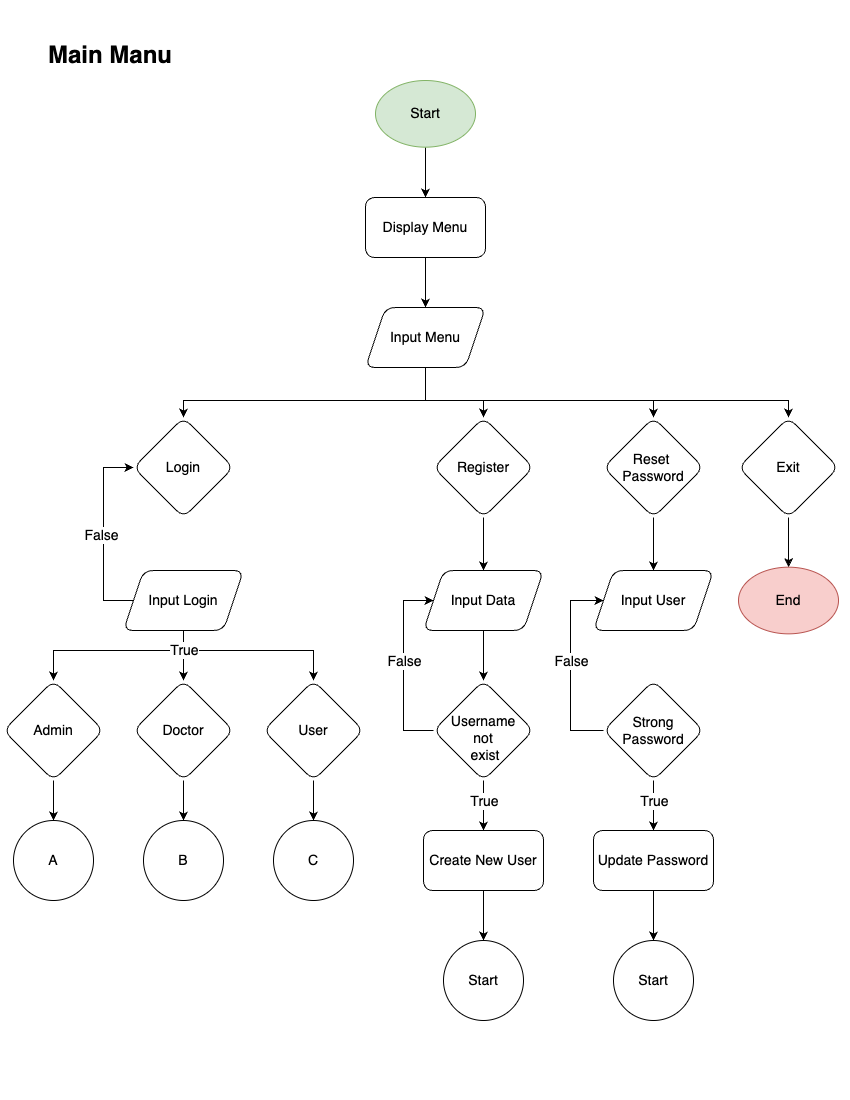
Earlier version of the draw.io export Flowchart/Main Menu.png (BrillianAK/Capstone-Project-1). Source tidied: cells renumbered, new cells last; positions are measured from the earlier drawing's top-left corner, leaving out a move shared by most shapes. Its diagram source:
```xml
<mxGraphModel>
  <root>
    <mxCell id="0" />
    <mxCell id="1" parent="0" />
    <mxCell id="2" style="edgeStyle=orthogonalEdgeStyle;rounded=0;jettySize=auto;html=1;entryX=0.5;entryY=0;entryDx=0;entryDy=0;" parent="1" edge="1" source="3" target="28">
      <mxGeometry relative="1" as="geometry" />
    </mxCell>
    <mxCell id="3" value="Start" style="ellipse;whiteSpace=wrap;html=1;fontSize=14;fillColor=#d5e8d4;strokeColor=#82b366;" parent="1" vertex="1">
      <mxGeometry x="372" y="40" width="100" height="66.7" as="geometry" />
    </mxCell>
    <mxCell id="4" value="Main Manu" style="text;html=1;align=center;verticalAlign=middle;whiteSpace=wrap;rounded=0;fontSize=24;fontStyle=1;" parent="1" vertex="1">
      <mxGeometry x="37" width="140" height="30" as="geometry" />
    </mxCell>
    <mxCell id="5" style="edgeStyle=orthogonalEdgeStyle;rounded=0;jettySize=auto;html=1;entryX=0.5;entryY=0;entryDx=0;entryDy=0;" parent="1" edge="1" source="9" target="10">
      <mxGeometry relative="1" as="geometry">
        <Array as="points">
          <mxPoint x="422" y="360" />
          <mxPoint x="180" y="360" />
        </Array>
      </mxGeometry>
    </mxCell>
    <mxCell id="6" style="edgeStyle=orthogonalEdgeStyle;rounded=0;jettySize=auto;html=1;" parent="1" edge="1" source="9" target="12">
      <mxGeometry relative="1" as="geometry">
        <Array as="points">
          <mxPoint x="422" y="360" />
          <mxPoint x="480" y="360" />
        </Array>
      </mxGeometry>
    </mxCell>
    <mxCell id="7" style="edgeStyle=orthogonalEdgeStyle;rounded=0;jettySize=auto;html=1;entryX=0.5;entryY=0;entryDx=0;entryDy=0;" parent="1" edge="1" source="9" target="14">
      <mxGeometry relative="1" as="geometry">
        <Array as="points">
          <mxPoint x="422" y="360" />
          <mxPoint x="650" y="360" />
        </Array>
      </mxGeometry>
    </mxCell>
    <mxCell id="8" style="edgeStyle=orthogonalEdgeStyle;rounded=0;jettySize=auto;html=1;" parent="1" edge="1" source="9" target="16">
      <mxGeometry relative="1" as="geometry">
        <Array as="points">
          <mxPoint x="422" y="360" />
          <mxPoint x="785" y="360" />
        </Array>
      </mxGeometry>
    </mxCell>
    <mxCell id="9" value="Input Menu" style="shape=parallelogram;perimeter=parallelogramPerimeter;whiteSpace=wrap;html=1;fixedSize=1;rotation=0;rounded=1;fontSize=14;" parent="1" vertex="1">
      <mxGeometry x="362" y="267" width="120" height="60" as="geometry" />
    </mxCell>
    <mxCell id="10" value="Login" style="rhombus;whiteSpace=wrap;html=1;rounded=1;fontSize=14;" parent="1" vertex="1">
      <mxGeometry x="130" y="377" width="100" height="100" as="geometry" />
    </mxCell>
    <mxCell id="11" style="edgeStyle=orthogonalEdgeStyle;rounded=0;jettySize=auto;html=1;entryX=0.5;entryY=0;entryDx=0;entryDy=0;" parent="1" edge="1" source="12" target="26">
      <mxGeometry relative="1" as="geometry" />
    </mxCell>
    <mxCell id="12" value="Register" style="rhombus;whiteSpace=wrap;html=1;rounded=1;fontSize=14;" parent="1" vertex="1">
      <mxGeometry x="430" y="377" width="100" height="100" as="geometry" />
    </mxCell>
    <mxCell id="13" style="edgeStyle=orthogonalEdgeStyle;rounded=0;jettySize=auto;html=1;" parent="1" edge="1" source="14" target="23">
      <mxGeometry relative="1" as="geometry" />
    </mxCell>
    <mxCell id="14" value="Reset&amp;nbsp;&lt;div style=&quot;font-size: 14px;&quot;&gt;Password&lt;/div&gt;" style="rhombus;whiteSpace=wrap;html=1;rounded=1;fontSize=14;" parent="1" vertex="1">
      <mxGeometry x="600" y="377" width="100" height="100" as="geometry" />
    </mxCell>
    <mxCell id="15" style="edgeStyle=orthogonalEdgeStyle;rounded=0;jettySize=auto;html=1;entryX=0.5;entryY=0;entryDx=0;entryDy=0;" parent="1" edge="1" source="16" target="40">
      <mxGeometry relative="1" as="geometry" />
    </mxCell>
    <mxCell id="16" value="Exit" style="rhombus;whiteSpace=wrap;html=1;rounded=1;fontSize=14;" parent="1" vertex="1">
      <mxGeometry x="735" y="377" width="100" height="100" as="geometry" />
    </mxCell>
    <mxCell id="17" style="edgeStyle=orthogonalEdgeStyle;rounded=0;jettySize=auto;html=1;" parent="1" edge="1" source="18" target="38">
      <mxGeometry relative="1" as="geometry" />
    </mxCell>
    <mxCell id="18" value="Update Password" style="rounded=1;whiteSpace=wrap;html=1;fontSize=14;" parent="1" vertex="1">
      <mxGeometry x="590" y="790" width="120" height="60" as="geometry" />
    </mxCell>
    <mxCell id="19" style="edgeStyle=orthogonalEdgeStyle;rounded=0;jettySize=auto;html=1;entryX=0.5;entryY=0;entryDx=0;entryDy=0;" parent="1" edge="1" source="20" target="39">
      <mxGeometry relative="1" as="geometry" />
    </mxCell>
    <mxCell id="20" value="Create New User" style="rounded=1;whiteSpace=wrap;html=1;fontSize=14;" parent="1" vertex="1">
      <mxGeometry x="420" y="790" width="120" height="60" as="geometry" />
    </mxCell>
    <mxCell id="21" style="edgeStyle=orthogonalEdgeStyle;rounded=0;jettySize=auto;html=1;entryX=0.5;entryY=0;entryDx=0;entryDy=0;" parent="1" edge="1" source="22" target="49">
      <mxGeometry relative="1" as="geometry" />
    </mxCell>
    <mxCell id="22" value="Doctor" style="rhombus;whiteSpace=wrap;html=1;rounded=1;fontSize=14;" parent="1" vertex="1">
      <mxGeometry x="130" y="640" width="100" height="100" as="geometry" />
    </mxCell>
    <mxCell id="23" value="Input User" style="shape=parallelogram;perimeter=parallelogramPerimeter;whiteSpace=wrap;html=1;fixedSize=1;rotation=0;rounded=1;fontSize=14;" parent="1" vertex="1">
      <mxGeometry x="590" y="530" width="120" height="60" as="geometry" />
    </mxCell>
    <mxCell id="24" style="edgeStyle=orthogonalEdgeStyle;rounded=0;orthogonalLoop=1;jettySize=auto;html=1;" parent="1" edge="1">
      <mxGeometry relative="1" as="geometry">
        <mxPoint x="480" y="703" as="sourcePoint" />
        <mxPoint x="480" y="733" as="targetPoint" />
      </mxGeometry>
    </mxCell>
    <mxCell id="25" style="edgeStyle=orthogonalEdgeStyle;rounded=0;jettySize=auto;html=1;" parent="1" edge="1" source="26" target="37">
      <mxGeometry relative="1" as="geometry" />
    </mxCell>
    <mxCell id="26" value="Input Data" style="shape=parallelogram;perimeter=parallelogramPerimeter;whiteSpace=wrap;html=1;fixedSize=1;rotation=0;rounded=1;fontSize=14;" parent="1" vertex="1">
      <mxGeometry x="420" y="530" width="120" height="60" as="geometry" />
    </mxCell>
    <mxCell id="27" style="edgeStyle=orthogonalEdgeStyle;rounded=0;jettySize=auto;html=1;entryX=0.5;entryY=0;entryDx=0;entryDy=0;" parent="1" edge="1" source="28" target="9">
      <mxGeometry relative="1" as="geometry" />
    </mxCell>
    <mxCell id="28" value="Display Menu" style="rounded=1;whiteSpace=wrap;html=1;fontSize=14;" parent="1" vertex="1">
      <mxGeometry x="362" y="157" width="120" height="60" as="geometry" />
    </mxCell>
    <mxCell id="29" style="edgeStyle=orthogonalEdgeStyle;rounded=0;jettySize=auto;html=1;entryX=0.5;entryY=0;entryDx=0;entryDy=0;" parent="1" edge="1" source="30" target="48">
      <mxGeometry relative="1" as="geometry" />
    </mxCell>
    <mxCell id="30" value="Admin" style="rhombus;whiteSpace=wrap;html=1;rounded=1;fontSize=14;" parent="1" vertex="1">
      <mxGeometry y="640" width="100" height="100" as="geometry" />
    </mxCell>
    <mxCell id="31" style="edgeStyle=orthogonalEdgeStyle;rounded=0;jettySize=auto;html=1;entryX=0.5;entryY=0;entryDx=0;entryDy=0;" parent="1" edge="1" source="32" target="50">
      <mxGeometry relative="1" as="geometry" />
    </mxCell>
    <mxCell id="32" value="User" style="rhombus;whiteSpace=wrap;html=1;rounded=1;fontSize=14;" parent="1" vertex="1">
      <mxGeometry x="260" y="640" width="100" height="100" as="geometry" />
    </mxCell>
    <mxCell id="33" style="edgeStyle=orthogonalEdgeStyle;rounded=0;jettySize=auto;html=1;" parent="1" edge="1" source="37" target="20">
      <mxGeometry relative="1" as="geometry" />
    </mxCell>
    <mxCell id="34" value="&lt;font style=&quot;font-size: 14px;&quot;&gt;True&lt;/font&gt;" style="edgeLabel;html=1;align=center;verticalAlign=middle;" parent="33" vertex="1">
      <mxGeometry x="0.21" relative="1" as="geometry">
        <mxPoint y="-10" as="offset" />
      </mxGeometry>
    </mxCell>
    <mxCell id="35" style="edgeStyle=orthogonalEdgeStyle;rounded=0;jettySize=auto;html=1;entryX=0;entryY=0.5;entryDx=0;entryDy=0;" parent="1" edge="1" source="37" target="26">
      <mxGeometry relative="1" as="geometry">
        <Array as="points">
          <mxPoint x="400" y="690" />
          <mxPoint x="400" y="560" />
        </Array>
      </mxGeometry>
    </mxCell>
    <mxCell id="36" value="&lt;font style=&quot;font-size: 14px;&quot;&gt;False&lt;/font&gt;" style="edgeLabel;html=1;align=center;verticalAlign=middle;" parent="35" vertex="1">
      <mxGeometry x="-0.21" y="3" relative="1" as="geometry">
        <mxPoint x="3" y="-24" as="offset" />
      </mxGeometry>
    </mxCell>
    <mxCell id="37" value="Username&amp;nbsp;&lt;div&gt;not&amp;nbsp;&lt;div&gt;exist&lt;/div&gt;&lt;/div&gt;" style="rhombus;whiteSpace=wrap;html=1;rounded=1;fontSize=14;verticalAlign=middle;spacingTop=15;spacingLeft=4;" parent="1" vertex="1">
      <mxGeometry x="430" y="640" width="100" height="100" as="geometry" />
    </mxCell>
    <mxCell id="38" value="Start" style="ellipse;whiteSpace=wrap;html=1;fontSize=14;" parent="1" vertex="1">
      <mxGeometry x="610" y="900" width="80" height="80" as="geometry" />
    </mxCell>
    <mxCell id="39" value="Start" style="ellipse;whiteSpace=wrap;html=1;fontSize=14;" parent="1" vertex="1">
      <mxGeometry x="440" y="900" width="80" height="80" as="geometry" />
    </mxCell>
    <mxCell id="40" value="End" style="ellipse;whiteSpace=wrap;html=1;fontSize=14;fillColor=#f8cecc;strokeColor=#b85450;" parent="1" vertex="1">
      <mxGeometry x="735" y="526.7" width="100" height="66.7" as="geometry" />
    </mxCell>
    <mxCell id="41" style="edgeStyle=orthogonalEdgeStyle;rounded=0;jettySize=auto;html=1;" parent="1" edge="1" source="47" target="22">
      <mxGeometry relative="1" as="geometry" />
    </mxCell>
    <mxCell id="42" style="edgeStyle=orthogonalEdgeStyle;rounded=0;jettySize=auto;html=1;entryX=0;entryY=0.5;entryDx=0;entryDy=0;" parent="1" edge="1" source="47" target="10">
      <mxGeometry relative="1" as="geometry">
        <Array as="points">
          <mxPoint x="100" y="560" />
          <mxPoint x="100" y="427" />
        </Array>
      </mxGeometry>
    </mxCell>
    <mxCell id="43" value="&lt;font style=&quot;font-size: 14px;&quot;&gt;False&lt;/font&gt;" style="edgeLabel;html=1;align=center;verticalAlign=middle;" parent="42" vertex="1">
      <mxGeometry x="-0.01" y="3" relative="1" as="geometry" />
    </mxCell>
    <mxCell id="44" style="edgeStyle=orthogonalEdgeStyle;rounded=0;jettySize=auto;html=1;entryX=0.5;entryY=0;entryDx=0;entryDy=0;" parent="1" edge="1" source="47" target="32">
      <mxGeometry relative="1" as="geometry">
        <Array as="points">
          <mxPoint x="180" y="610" />
          <mxPoint x="310" y="610" />
        </Array>
      </mxGeometry>
    </mxCell>
    <mxCell id="45" style="edgeStyle=orthogonalEdgeStyle;rounded=0;jettySize=auto;html=1;" parent="1" edge="1" source="47" target="30">
      <mxGeometry relative="1" as="geometry">
        <Array as="points">
          <mxPoint x="180" y="610" />
          <mxPoint x="50" y="610" />
        </Array>
      </mxGeometry>
    </mxCell>
    <mxCell id="46" value="True" style="edgeLabel;html=1;align=center;verticalAlign=middle;fontSize=14;" parent="45" vertex="1">
      <mxGeometry x="-0.84" y="1" relative="1" as="geometry">
        <mxPoint x="-1" y="5" as="offset" />
      </mxGeometry>
    </mxCell>
    <mxCell id="47" value="Input Login" style="shape=parallelogram;perimeter=parallelogramPerimeter;whiteSpace=wrap;html=1;fixedSize=1;rotation=0;rounded=1;fontSize=14;" parent="1" vertex="1">
      <mxGeometry x="120" y="530" width="120" height="60" as="geometry" />
    </mxCell>
    <mxCell id="48" value="A" style="ellipse;whiteSpace=wrap;html=1;fontSize=14;" parent="1" vertex="1">
      <mxGeometry x="10" y="780" width="80" height="80" as="geometry" />
    </mxCell>
    <mxCell id="49" value="B" style="ellipse;whiteSpace=wrap;html=1;fontSize=14;" parent="1" vertex="1">
      <mxGeometry x="140" y="780" width="80" height="80" as="geometry" />
    </mxCell>
    <mxCell id="50" value="C" style="ellipse;whiteSpace=wrap;html=1;fontSize=14;" parent="1" vertex="1">
      <mxGeometry x="270" y="780" width="80" height="80" as="geometry" />
    </mxCell>
    <mxCell id="51" style="edgeStyle=orthogonalEdgeStyle;rounded=0;jettySize=auto;html=1;entryX=0.5;entryY=0;entryDx=0;entryDy=0;" parent="1" edge="1" source="55" target="18">
      <mxGeometry relative="1" as="geometry" />
    </mxCell>
    <mxCell id="52" value="True" style="edgeLabel;html=1;align=center;verticalAlign=middle;fontSize=14;" parent="51" vertex="1">
      <mxGeometry x="0.26" relative="1" as="geometry">
        <mxPoint y="-11" as="offset" />
      </mxGeometry>
    </mxCell>
    <mxCell id="53" style="edgeStyle=orthogonalEdgeStyle;rounded=0;jettySize=auto;html=1;entryX=0;entryY=0.5;entryDx=0;entryDy=0;" parent="1" edge="1" source="55" target="23">
      <mxGeometry relative="1" as="geometry">
        <Array as="points">
          <mxPoint x="567" y="690" />
          <mxPoint x="567" y="560" />
        </Array>
      </mxGeometry>
    </mxCell>
    <mxCell id="54" value="False" style="edgeLabel;html=1;align=center;verticalAlign=middle;fontSize=14;" parent="53" vertex="1">
      <mxGeometry y="-2" relative="1" as="geometry">
        <mxPoint x="-2" y="-5" as="offset" />
      </mxGeometry>
    </mxCell>
    <mxCell id="55" value="Strong&lt;div&gt;Password&lt;/div&gt;" style="rhombus;whiteSpace=wrap;html=1;rounded=1;fontSize=14;" parent="1" vertex="1">
      <mxGeometry x="600" y="640" width="100" height="100" as="geometry" />
    </mxCell>
  </root>
</mxGraphModel>
```
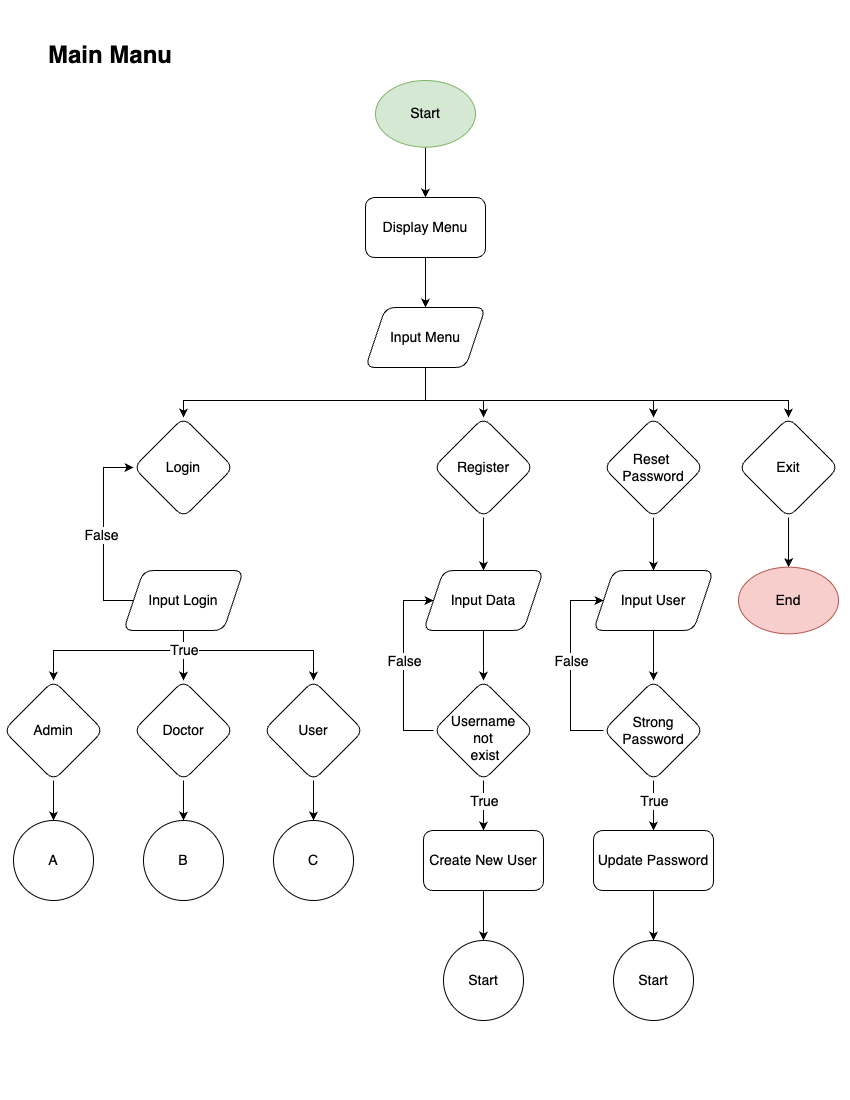
The same file after the commit.

Commit message:
update flowchart main menu

Diff of the diagram source:
```diff
@@ -85,6 +85,9 @@
     <mxCell id="22" value="Doctor" style="rhombus;whiteSpace=wrap;html=1;rounded=1;fontSize=14;" parent="1" vertex="1">
       <mxGeometry x="130" y="640" width="100" height="100" as="geometry" />
     </mxCell>
+    <mxCell id="56" style="edgeStyle=orthogonalEdgeStyle;rounded=0;jettySize=auto;html=1;entryX=0.5;entryY=0;entryDx=0;entryDy=0;" parent="1" edge="1" source="23" target="55">
+      <mxGeometry relative="1" as="geometry" />
+    </mxCell>
     <mxCell id="23" value="Input User" style="shape=parallelogram;perimeter=parallelogramPerimeter;whiteSpace=wrap;html=1;fixedSize=1;rotation=0;rounded=1;fontSize=14;" parent="1" vertex="1">
       <mxGeometry x="590" y="530" width="120" height="60" as="geometry" />
     </mxCell>
```
